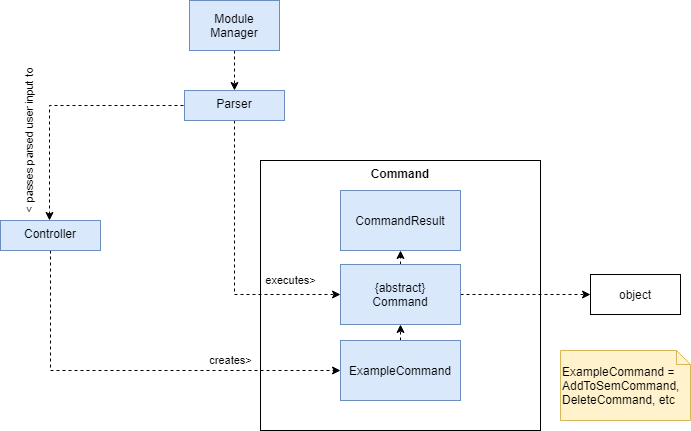
Before: docs/images/Object_Diagram_of_Logic_Component.png, a diagram exported from draw.io (nus-cs2113-AY1920S2/tp). Source tidied: cells renumbered, new cells last; positions are measured from the earlier drawing's top-left corner, leaving out a move shared by most shapes.
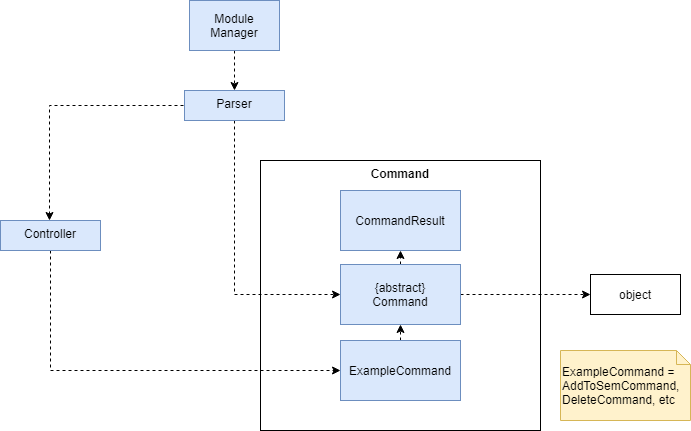
Above is the later version.

Commit message:
Updated object diagram for logic component and Object_Diagram_of_Logic_Component.png

Diff of the diagram source:
```diff
@@ -8,10 +8,10 @@
     <mxCell id="3" style="edgeStyle=orthogonalEdgeStyle;rounded=0;jettySize=auto;html=1;exitX=0.5;exitY=1;exitDx=0;exitDy=0;entryX=0.5;entryY=0;entryDx=0;entryDy=0;strokeColor=none;" parent="1" edge="1" source="6" target="2">
       <mxGeometry relative="1" as="geometry" />
     </mxCell>
-    <mxCell id="4" value="executes&amp;gt;" style="edgeStyle=orthogonalEdgeStyle;rounded=0;jettySize=auto;html=1;exitX=0.5;exitY=1;exitDx=0;exitDy=0;entryX=0;entryY=0.5;entryDx=0;entryDy=0;dashed=1;" parent="1" edge="1" source="6" target="13">
+    <mxCell id="4" style="edgeStyle=orthogonalEdgeStyle;rounded=0;jettySize=auto;html=1;exitX=0.5;exitY=1;exitDx=0;exitDy=0;entryX=0;entryY=0.5;entryDx=0;entryDy=0;dashed=1;" parent="1" edge="1" source="6" target="13">
       <mxGeometry x="0.64" y="14" relative="1" as="geometry" />
     </mxCell>
-    <mxCell id="5" value="&amp;lt; passes parsed user input to" style="edgeStyle=orthogonalEdgeStyle;rounded=0;orthogonalLoop=1;jettySize=auto;html=1;exitX=0;exitY=0.5;exitDx=0;exitDy=0;entryX=0.5;entryY=0;entryDx=0;entryDy=0;dashed=1;horizontal=0;" parent="1" edge="1">
+    <mxCell id="5" style="edgeStyle=orthogonalEdgeStyle;rounded=0;orthogonalLoop=1;jettySize=auto;html=1;exitX=0;exitY=0.5;exitDx=0;exitDy=0;entryX=0.5;entryY=0;entryDx=0;entryDy=0;dashed=1;horizontal=0;" parent="1" edge="1">
       <mxGeometry x="0.08" y="40" relative="1" as="geometry">
         <mxPoint x="183" y="105" as="sourcePoint" />
         <mxPoint x="49" y="220" as="targetPoint" />
@@ -48,8 +48,8 @@
     <mxCell id="15" value="object" style="rounded=0;whiteSpace=wrap;html=1;labelBackgroundColor=none;" parent="1" vertex="1">
       <mxGeometry x="590" y="274" width="90" height="40" as="geometry" />
     </mxCell>
-    <mxCell id="16" value="creates&amp;gt;" style="edgeStyle=orthogonalEdgeStyle;rounded=0;jettySize=auto;html=1;exitX=0.5;exitY=1;exitDx=0;exitDy=0;entryX=0;entryY=0.5;entryDx=0;entryDy=0;dashed=1;" parent="1" edge="1" source="17" target="10">
-      <mxGeometry x="0.46" y="10" relative="1" as="geometry" />
+    <mxCell id="16" style="edgeStyle=orthogonalEdgeStyle;rounded=0;jettySize=auto;html=1;exitX=0.5;exitY=1;exitDx=0;exitDy=0;entryX=0;entryY=0.5;entryDx=0;entryDy=0;dashed=1;" parent="1" edge="1" source="17" target="10">
+      <mxGeometry x="0.37" y="50" relative="1" as="geometry" />
     </mxCell>
     <mxCell id="17" value="&lt;span style=&quot;font-weight: normal&quot;&gt;Controller&lt;/span&gt;" style="rounded=0;whiteSpace=wrap;html=1;horizontal=1;verticalAlign=top;labelBackgroundColor=none;fontStyle=1;fillColor=#dae8fc;strokeColor=#6c8ebf;" parent="1" vertex="1">
       <mxGeometry y="220" width="100" height="30" as="geometry" />
```
